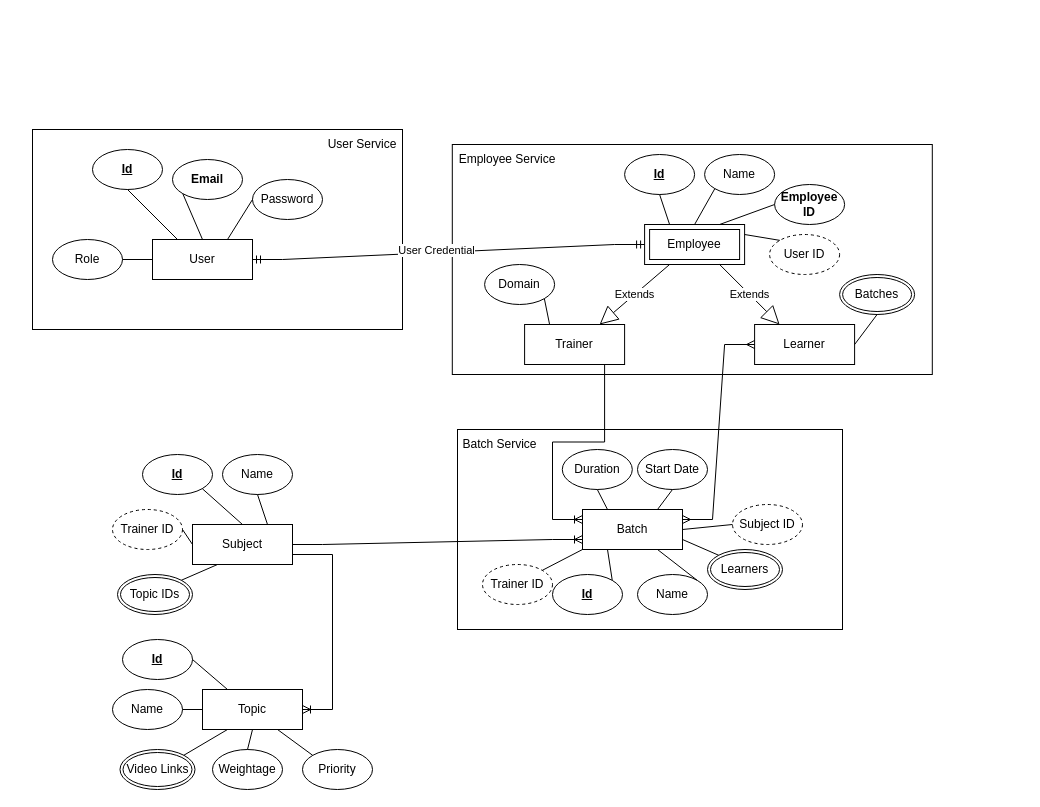
Before: E-Learning/concept.drawio in meethariya/E-Learning, a draw.io diagram. Source tidied: cells renumbered, new cells numbered last; positions are measured from the earlier drawing's top-left corner, leaving out a move shared by most shapes. Both pictures are drawn from the tidied source at 100%, with x=0, y=0 at pixel (32, 129).
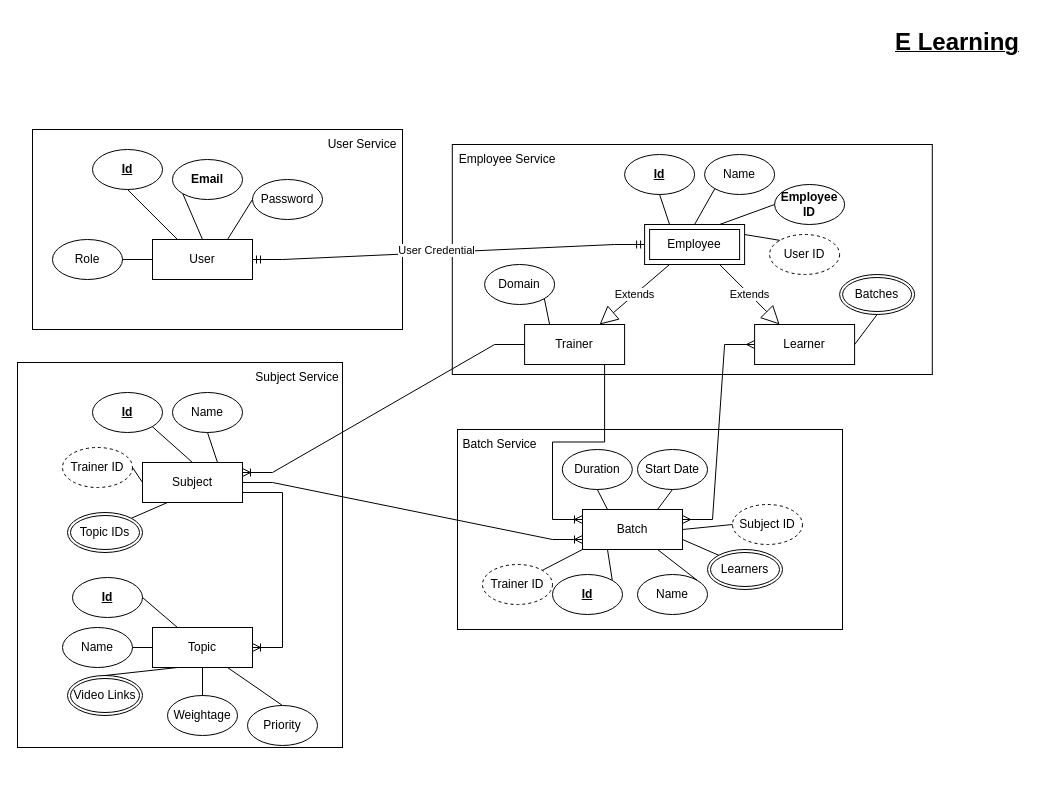
The same page after the edit.

Unchanged cells that the change refers to:
```xml
<mxCell id="6" value="Trainer" style="whiteSpace=wrap;html=1;align=center;" parent="1" vertex="1">
  <mxGeometry x="492.1" y="195" width="100" height="40" as="geometry" />
</mxCell>
```

Change to the diagram source:
```diff
@@
+    <mxCell id="75" style="rounded=0;whiteSpace=wrap;html=1;" parent="1" vertex="1">
+      <mxGeometry x="-15" y="233" width="325" height="385" as="geometry" />
+    </mxCell>
@@
     <mxCell id="43" value="Subject" style="whiteSpace=wrap;html=1;align=center;" parent="1" vertex="1">
-      <mxGeometry x="160" y="395" width="100" height="40" as="geometry" />
+      <mxGeometry x="110" y="333" width="100" height="40" as="geometry" />
     </mxCell>
     <mxCell id="44" value="&lt;b&gt;&lt;u&gt;Id&lt;/u&gt;&lt;/b&gt;" style="ellipse;whiteSpace=wrap;html=1;align=center;" parent="1" vertex="1">
-      <mxGeometry x="110" y="325" width="70" height="40" as="geometry" />
+      <mxGeometry x="60" y="263" width="70" height="40" as="geometry" />
     </mxCell>
     <mxCell id="45" value="Name" style="ellipse;whiteSpace=wrap;html=1;align=center;" parent="1" vertex="1">
-      <mxGeometry x="190" y="325" width="70" height="40" as="geometry" />
+      <mxGeometry x="140" y="263" width="70" height="40" as="geometry" />
     </mxCell>
     <mxCell id="46" value="Trainer ID" style="ellipse;whiteSpace=wrap;html=1;align=center;dashed=1;" parent="1" vertex="1">
-      <mxGeometry x="80" y="380" width="70" height="40" as="geometry" />
+      <mxGeometry x="30" y="318" width="70" height="40" as="geometry" />
     </mxCell>
     <mxCell id="47" value="Topic IDs" style="ellipse;shape=doubleEllipse;margin=3;whiteSpace=wrap;html=1;align=center;" parent="1" vertex="1">
-      <mxGeometry x="85" y="445" width="75" height="40" as="geometry" />
+      <mxGeometry x="35" y="383" width="75" height="40" as="geometry" />
     </mxCell>
@@
     <mxCell id="59" value="Topic" style="whiteSpace=wrap;html=1;align=center;" parent="1" vertex="1">
-      <mxGeometry x="170" y="560" width="100" height="40" as="geometry" />
+      <mxGeometry x="120" y="498" width="100" height="40" as="geometry" />
     </mxCell>
     <mxCell id="60" value="&lt;b&gt;&lt;u&gt;Id&lt;/u&gt;&lt;/b&gt;" style="ellipse;whiteSpace=wrap;html=1;align=center;" parent="1" vertex="1">
-      <mxGeometry x="90" y="510" width="70" height="40" as="geometry" />
+      <mxGeometry x="40" y="448" width="70" height="40" as="geometry" />
     </mxCell>
     <mxCell id="61" value="Name" style="ellipse;whiteSpace=wrap;html=1;align=center;" parent="1" vertex="1">
-      <mxGeometry x="80" y="560" width="70" height="40" as="geometry" />
+      <mxGeometry x="30" y="498" width="70" height="40" as="geometry" />
     </mxCell>
     <mxCell id="62" value="Video Links" style="ellipse;shape=doubleEllipse;margin=3;whiteSpace=wrap;html=1;align=center;" parent="1" vertex="1">
-      <mxGeometry x="87.5" y="620" width="75" height="40" as="geometry" />
+      <mxGeometry x="35" y="546" width="75" height="40" as="geometry" />
     </mxCell>
@@
-    <mxCell id="65" style="endArrow=none;html=1;rounded=0;exitX=1;exitY=0;exitDx=0;exitDy=0;entryX=0.25;entryY=1;entryDx=0;entryDy=0;" parent="1" edge="1" source="62" target="59">
+    <mxCell id="65" style="endArrow=none;html=1;rounded=0;exitX=0.5;exitY=0;exitDx=0;exitDy=0;entryX=0.25;entryY=1;entryDx=0;entryDy=0;" parent="1" edge="1" source="62" target="59">
       <mxGeometry relative="1" as="geometry" />
     </mxCell>
     <mxCell id="66" value="Weightage" style="ellipse;whiteSpace=wrap;html=1;align=center;" parent="1" vertex="1">
-      <mxGeometry x="180" y="620" width="70" height="40" as="geometry" />
+      <mxGeometry x="135" y="566" width="70" height="40" as="geometry" />
     </mxCell>
     <mxCell id="67" value="Priority" style="ellipse;whiteSpace=wrap;html=1;align=center;" parent="1" vertex="1">
-      <mxGeometry x="270" y="620" width="70" height="40" as="geometry" />
+      <mxGeometry x="215" y="576" width="70" height="40" as="geometry" />
     </mxCell>
@@
-    <mxCell id="69" style="endArrow=none;html=1;rounded=0;exitX=0;exitY=0;exitDx=0;exitDy=0;entryX=0.75;entryY=1;entryDx=0;entryDy=0;" parent="1" edge="1" source="67" target="59">
+    <mxCell id="69" style="endArrow=none;html=1;rounded=0;exitX=0.5;exitY=0;exitDx=0;exitDy=0;entryX=0.75;entryY=1;entryDx=0;entryDy=0;" parent="1" edge="1" source="67" target="59">
       <mxGeometry relative="1" as="geometry" />
     </mxCell>
@@
+    <mxCell id="76" value="Subject Service" style="text;html=1;strokeColor=none;fillColor=none;align=center;verticalAlign=middle;whiteSpace=wrap;rounded=0;" parent="1" vertex="1">
+      <mxGeometry x="220" y="233" width="90" height="30" as="geometry" />
+    </mxCell>
+    <mxCell id="77" value="&lt;b&gt;&lt;u&gt;&lt;font style=&quot;font-size: 24px;&quot;&gt;E Learning&lt;/font&gt;&lt;/u&gt;&lt;/b&gt;" style="text;html=1;strokeColor=none;fillColor=none;align=center;verticalAlign=middle;whiteSpace=wrap;rounded=0;" parent="1" vertex="1">
+      <mxGeometry x="860" y="-112" width="130" height="50" as="geometry" />
+    </mxCell>
+    <mxCell id="78" style="edgeStyle=entityRelationEdgeStyle;fontSize=12;html=1;endArrow=ERoneToMany;rounded=0;entryX=1;entryY=0.25;entryDx=0;entryDy=0;exitX=0;exitY=0.5;exitDx=0;exitDy=0;" parent="1" edge="1" source="6" target="43">
+      <mxGeometry relative="1" as="geometry" />
+    </mxCell>
```
